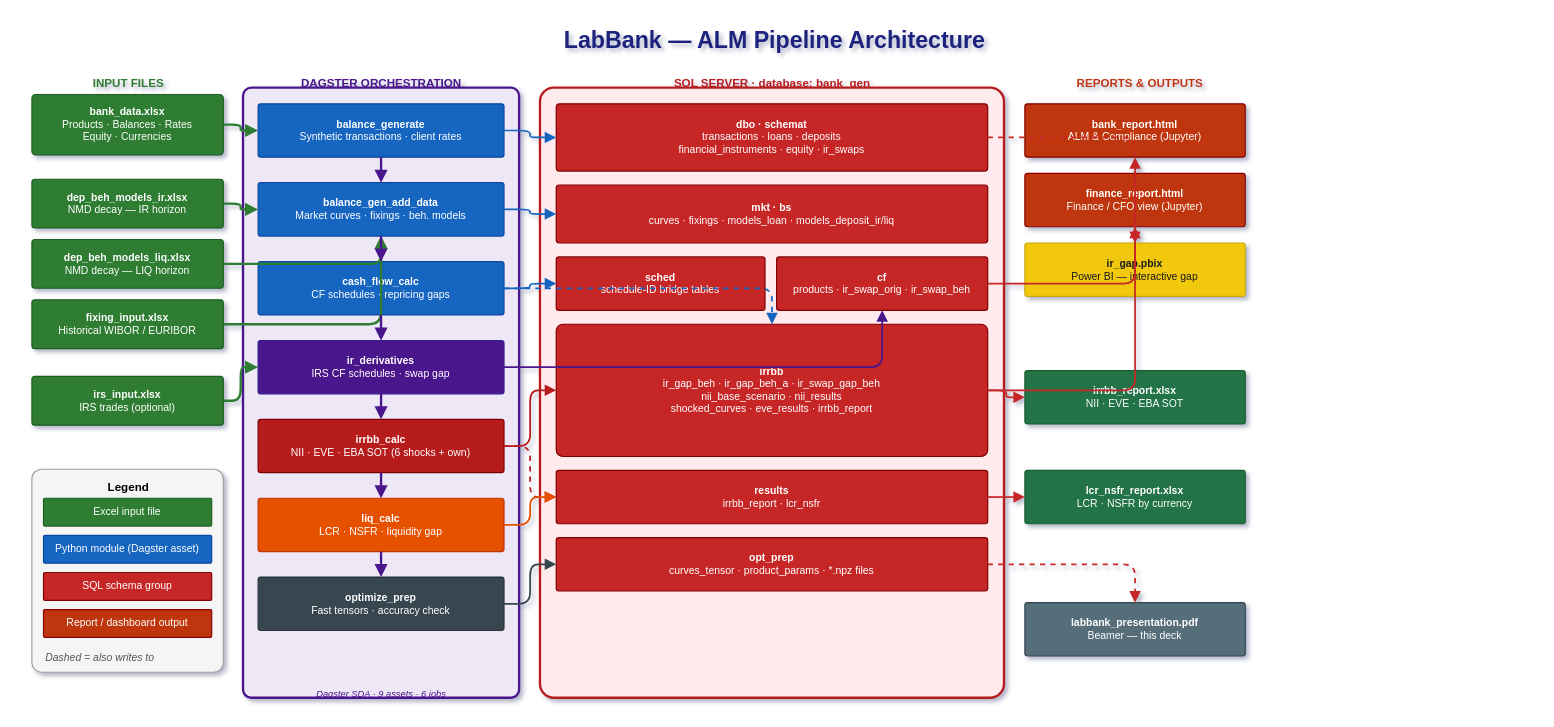
Earlier version of the draw.io diagram visual_rep/beamer_assets/labbank_architecture.drawio (dzimius/LabBank). Source tidied: cells renumbered, new cells numbered last; positions are measured from the earlier drawing's top-left corner, leaving out a move shared by most shapes. Both pictures are drawn from the tidied source at 116%, with x=0, y=0 at pixel (20, 20).
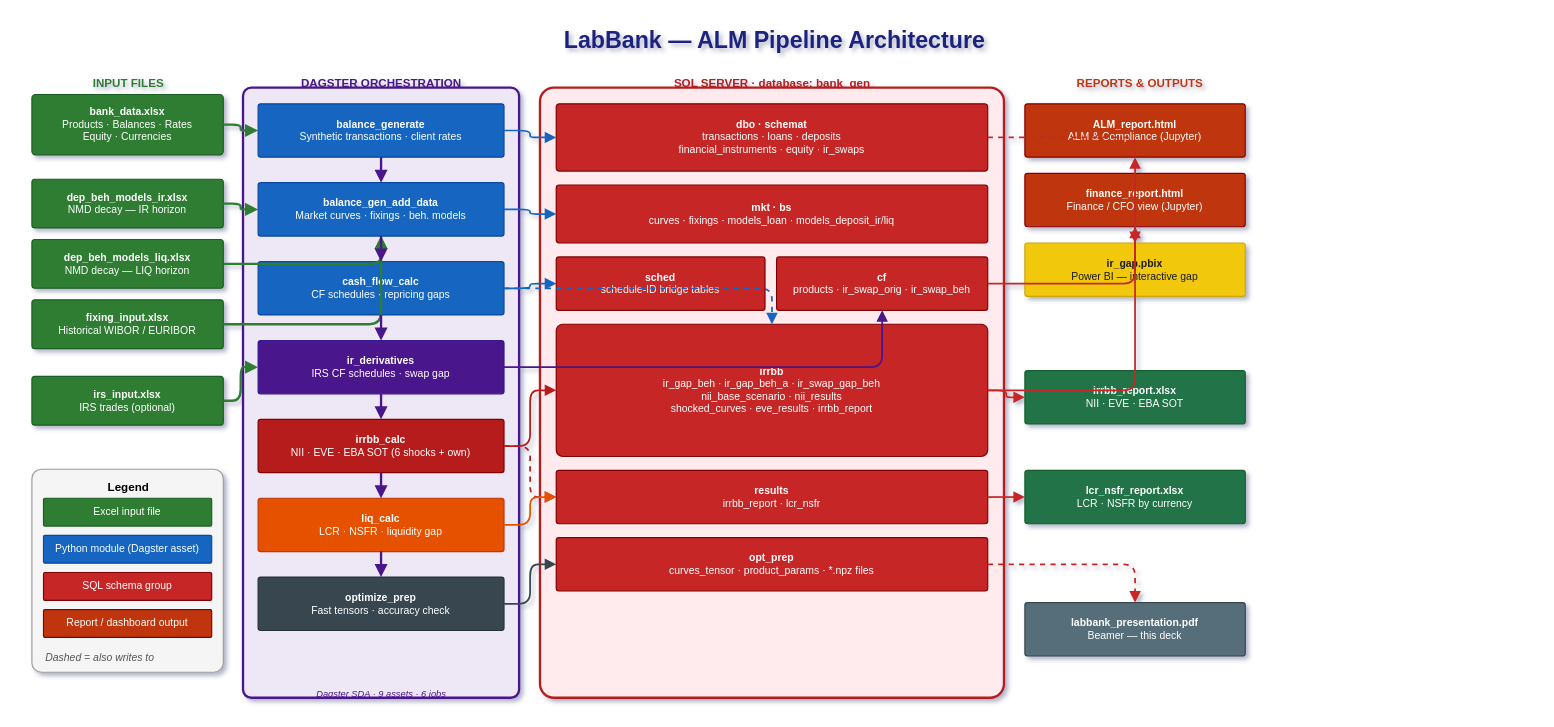
The same diagram, later.

The edit, as a diff of the source:
```diff
@@
-    <mxCell id="29" value="&lt;b&gt;bank_report.html&lt;/b&gt;&lt;br&gt;ALM &amp; Compliance (Jupyter)" style="rounded=1;whiteSpace=wrap;html=1;fillColor=#BF360C;strokeColor=#870000;fontColor=#ffffff;fontSize=9;arcSize=5;" parent="1" vertex="1">
+    <mxCell id="29" value="&lt;b&gt;ALM_report.html&lt;/b&gt;&lt;br&gt;ALM &amp; Compliance (Jupyter)" style="rounded=1;whiteSpace=wrap;html=1;fillColor=#BF360C;strokeColor=#870000;fontColor=#ffffff;fontSize=9;arcSize=5;" parent="1" vertex="1">
       <mxGeometry x="866" y="72" width="190" height="46" as="geometry" />
     </mxCell>
```
